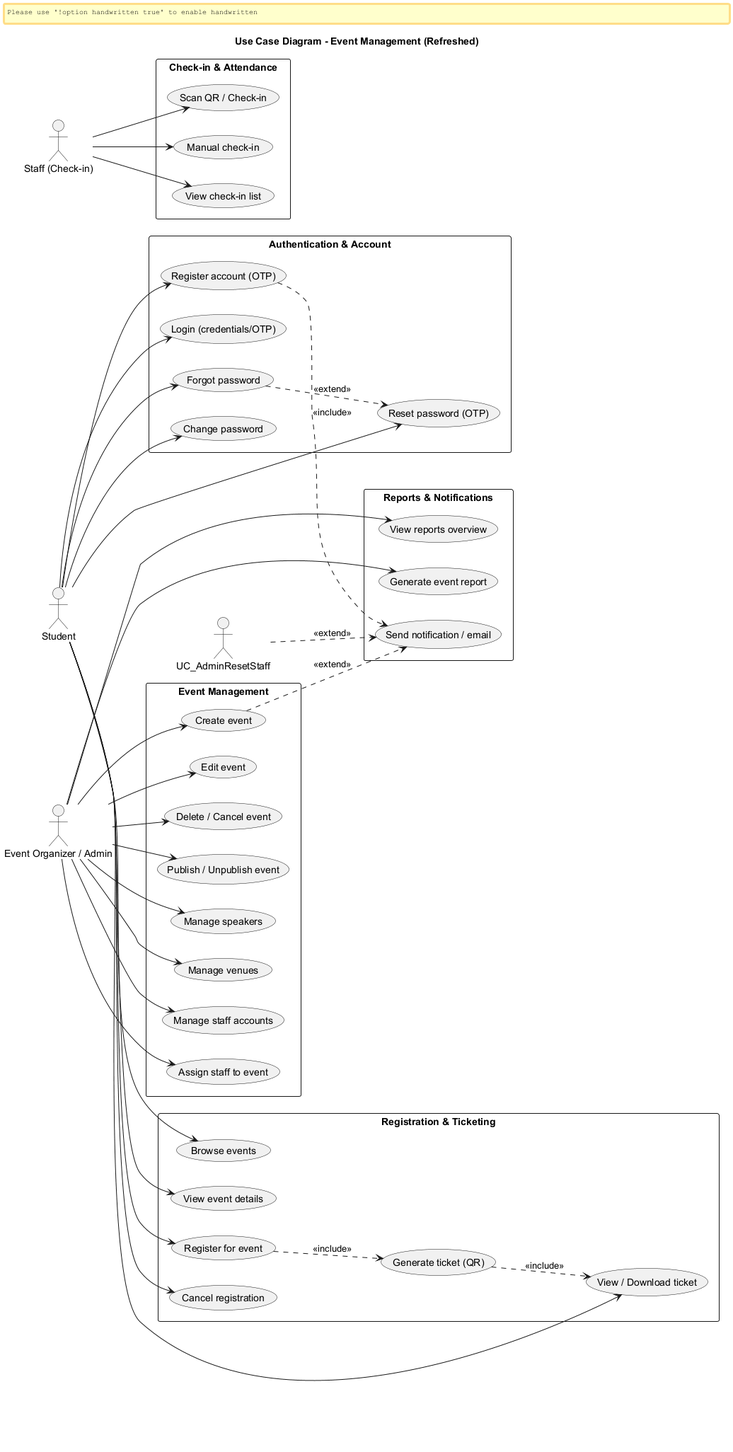
The PlantUML diagram DOCUMENTATION/diagrams/usecases_refreshed.png in thaitranqq/Event_Management, before a commit.
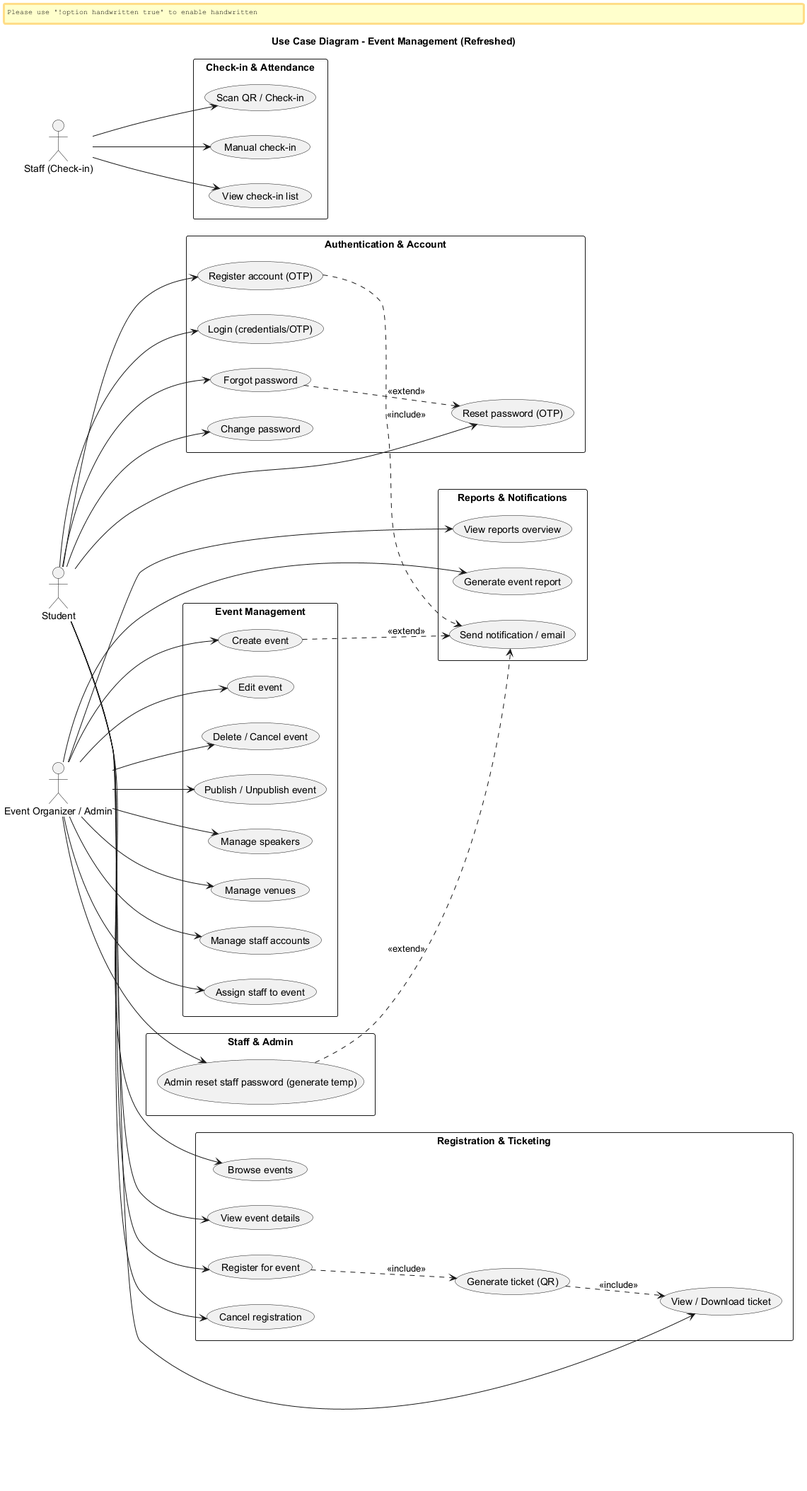
Later version of the same file.

Commit message:
docs(diagrams): move AdminReset usecase to right and make conceptual ERD top-to-bottom with attributes

Change to the diagram source:
```diff
@@ -44,6 +44,15 @@
 rectangle "Reports & Notifications" {
   usecase "View reports overview" as UC_Reports
   usecase "Generate event report" as UC_GenerateReport
+}
+
+rectangle "Staff & Admin" {
+  usecase "Admin reset staff password (generate temp)" as UC_AdminResetStaff
+}
+
+rectangle "Reports & Notifications" {
+  usecase "View reports overview" as UC_Reports
+  usecase "Generate event report" as UC_GenerateReport
   usecase "Send notification / email" as UC_Notify
 }
 
@@ -68,6 +77,7 @@
 Organizer --> UC_AssignStaff
 Organizer --> UC_Reports
 Organizer --> UC_GenerateReport
+Organizer --> UC_AdminResetStaff
 
 Staff --> UC_CheckinQR
 Staff --> UC_CheckinManual
```
